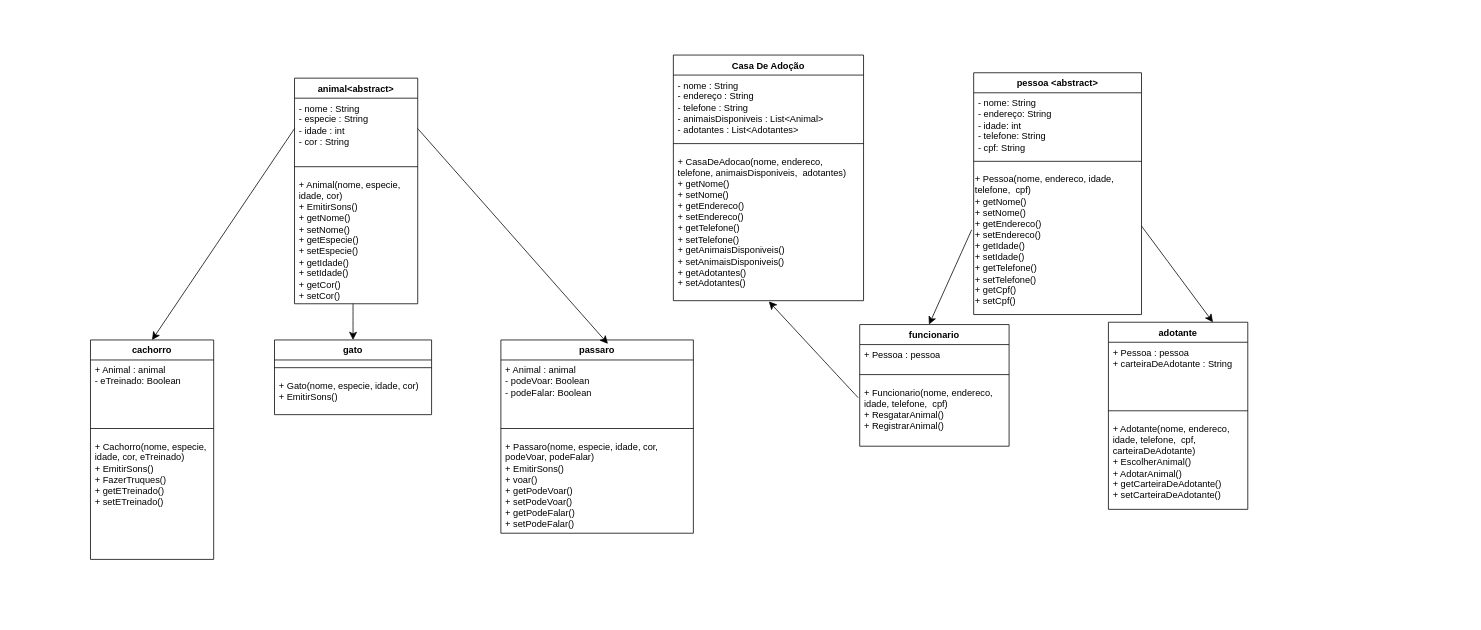
This is Casa_De_Adocao.drawio.xml from Vikkkktor/Projeto-Final-Anderson, a draw.io file, before an edit. Source tidied: cells renumbered, new cells numbered last; positions are measured from the earlier drawing's top-left corner, leaving out a move shared by most shapes. Both pictures are drawn from the tidied source at 77%, with x=0, y=0 at pixel (90, 55).
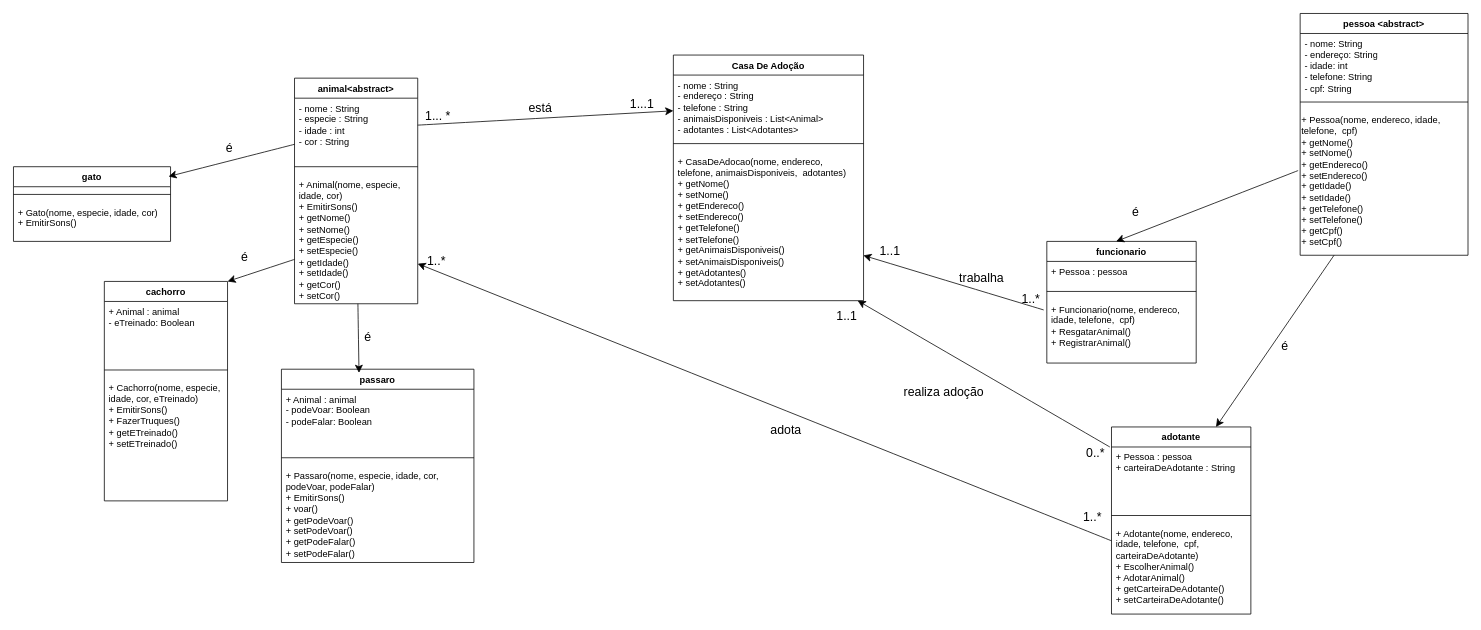
After the change.

Unchanged cells that the change refers to:
```xml
<mxCell id="2" value="animal&amp;lt;abstract&amp;gt;" style="swimlane;fontStyle=1;align=center;verticalAlign=top;horizontal=1;startSize=26;whiteSpace=wrap;html=1;" parent="1" vertex="1">
  <mxGeometry x="265" y="30" width="160" height="293" as="geometry" />
</mxCell>
<mxCell id="3" value="- nome : String&amp;nbsp;&lt;div&gt;- especie : String&amp;nbsp;&lt;/div&gt;&lt;div&gt;- idade : int&lt;/div&gt;&lt;div&gt;- cor : String&lt;br&gt;&lt;/div&gt;" style="text;strokeColor=none;fillColor=none;align=left;verticalAlign=top;spacingLeft=4;spacingRight=4;overflow=hidden;points=[[0,0.5],[1,0.5]];portConstraint=eastwest;whiteSpace=wrap;html=1;" parent="2" vertex="1">
  <mxGeometry y="26" width="160" height="79" as="geometry" />
</mxCell>
<mxCell id="5" value="&lt;div&gt;&lt;div&gt;+ Animal(nome, especie, idade, cor)&lt;/div&gt;&lt;/div&gt;+ EmitirSons()&lt;div&gt;&lt;div&gt;+ getNome()&lt;/div&gt;&lt;div&gt;+ setNome()&lt;/div&gt;&lt;div&gt;+ getEspecie()&lt;/div&gt;&lt;div&gt;+ setEspecie()&lt;/div&gt;&lt;div&gt;+ getIdade()&lt;/div&gt;&lt;div&gt;+ setIdade()&lt;/div&gt;&lt;div&gt;&lt;div&gt;+ getCor()&lt;/div&gt;&lt;div&gt;+ setCor()&lt;/div&gt;&lt;/div&gt;&lt;/div&gt;" style="text;strokeColor=none;fillColor=none;align=left;verticalAlign=top;spacingLeft=4;spacingRight=4;overflow=hidden;points=[[0,0.5],[1,0.5]];portConstraint=eastwest;whiteSpace=wrap;html=1;" parent="2" vertex="1">
  <mxGeometry y="125" width="160" height="168" as="geometry" />
</mxCell>
<mxCell id="9" value="&lt;div&gt;+ Adotante(nome, endereco, idade, telefone,&amp;nbsp; cpf, carteiraDeAdotante)&lt;br&gt;&lt;/div&gt;+ EscolherAnimal()&lt;div&gt;+ AdotarAnimal()&lt;/div&gt;&lt;div&gt;&lt;div&gt;+ getCarteiraDeAdotante()&lt;/div&gt;&lt;div&gt;+ setCarteiraDeAdotante()&lt;/div&gt;&lt;/div&gt;&lt;div&gt;&lt;br&gt;&lt;/div&gt;" style="text;strokeColor=none;fillColor=none;align=left;verticalAlign=top;spacingLeft=4;spacingRight=4;overflow=hidden;points=[[0,0.5],[1,0.5]];portConstraint=eastwest;whiteSpace=wrap;html=1;" parent="6" vertex="1">
  <mxGeometry y="125" width="181" height="118" as="geometry" />
</mxCell>
<mxCell id="11" value="- nome : String&lt;div&gt;- endereço : String&lt;/div&gt;&lt;div&gt;- telefone : String&lt;/div&gt;&lt;div&gt;- animaisDisponiveis : List&amp;lt;Animal&amp;gt;&lt;/div&gt;&lt;div&gt;- adotantes : List&amp;lt;Adotantes&amp;gt;&lt;br&gt;&lt;/div&gt;" style="text;strokeColor=none;fillColor=none;align=left;verticalAlign=top;spacingLeft=4;spacingRight=4;overflow=hidden;points=[[0,0.5],[1,0.5]];portConstraint=eastwest;whiteSpace=wrap;html=1;" parent="10" vertex="1">
  <mxGeometry y="26" width="247" height="79" as="geometry" />
</mxCell>
<mxCell id="13" value="&lt;span style=&quot;float: none; display: inline !important; color: rgb(0, 0, 0);&quot;&gt;+ CasaDeAdocao(nome, endereco, telefone, animaisDisponiveis,&amp;nbsp; adotantes)&lt;/span&gt;&lt;div style=&quot;color: rgb(0, 0, 0);&quot;&gt;&lt;div&gt;&lt;div&gt;+ getNome()&lt;/div&gt;&lt;div&gt;+ setNome()&lt;/div&gt;&lt;div&gt;+ getEndereco()&lt;/div&gt;&lt;div&gt;+ setEndereco()&lt;/div&gt;&lt;div&gt;+ getTelefone()&lt;/div&gt;&lt;div&gt;+ setTelefone()&lt;/div&gt;&lt;div&gt;&lt;div&gt;+ getAnimaisDisponiveis()&lt;/div&gt;&lt;div&gt;+ setAnimaisDisponiveis()&lt;/div&gt;&lt;/div&gt;&lt;div&gt;+ getAdotantes()&lt;/div&gt;&lt;div&gt;+ setAdotantes()&lt;/div&gt;&lt;/div&gt;&lt;div&gt;&lt;br&gt;&lt;/div&gt;&lt;/div&gt;" style="text;strokeColor=none;fillColor=none;align=left;verticalAlign=top;spacingLeft=4;spacingRight=4;overflow=hidden;points=[[0,0.5],[1,0.5]];portConstraint=eastwest;whiteSpace=wrap;html=1;" parent="10" vertex="1">
  <mxGeometry y="125" width="247" height="194" as="geometry" />
</mxCell>
<mxCell id="31" value="&lt;div&gt;&lt;span style=&quot;float: none; display: inline !important; color: rgb(0, 0, 0);&quot;&gt;+ Funcionario(nome, endereco, idade, telefone,&amp;nbsp; cpf)&lt;/span&gt;&lt;div style=&quot;color: rgb(0, 0, 0);&quot;&gt;&lt;/div&gt;&lt;/div&gt;+ ResgatarAnimal()&lt;div&gt;+ RegistrarAnimal()&lt;/div&gt;" style="text;strokeColor=none;fillColor=none;align=left;verticalAlign=top;spacingLeft=4;spacingRight=4;overflow=hidden;points=[[0,0.5],[1,0.5]];portConstraint=eastwest;whiteSpace=wrap;html=1;" parent="28" vertex="1">
  <mxGeometry y="75" width="194" height="83" as="geometry" />
</mxCell>
<mxCell id="35" value="&lt;span style=&quot;color: rgb(0, 0, 0); font-family: Helvetica; font-size: 12px; font-style: normal; font-variant-ligatures: normal; font-variant-caps: normal; font-weight: 400; letter-spacing: normal; orphans: 2; text-align: left; text-indent: 0px; text-transform: none; white-space: normal; widows: 2; word-spacing: 0px; -webkit-text-stroke-width: 0px; text-decoration-thickness: initial; text-decoration-style: initial; text-decoration-color: initial; display: inline !important; float: none;&quot;&gt;+ Pessoa(nome, endereco, idade, telefone,&amp;nbsp; cpf)&lt;/span&gt;&lt;div style=&quot;forced-color-adjust: none; color: rgb(0, 0, 0); font-family: Helvetica; font-size: 12px; font-style: normal; font-variant-ligatures: normal; font-variant-caps: normal; font-weight: 400; letter-spacing: normal; orphans: 2; text-align: left; text-indent: 0px; text-transform: none; white-space: normal; widows: 2; word-spacing: 0px; -webkit-text-stroke-width: 0px; text-decoration-thickness: initial; text-decoration-style: initial; text-decoration-color: initial;&quot;&gt;&lt;div&gt;+ getNome()&lt;/div&gt;&lt;div&gt;+ setNome()&lt;/div&gt;&lt;div&gt;+ getEndereco()&lt;/div&gt;&lt;div&gt;+ setEndereco()&lt;/div&gt;&lt;div&gt;+ getIdade()&lt;/div&gt;&lt;div&gt;+ setIdade()&lt;/div&gt;&lt;div&gt;&lt;div&gt;+ getTelefone()&lt;/div&gt;&lt;div&gt;+ setTelefone()&lt;/div&gt;&lt;/div&gt;&lt;div&gt;+ getCpf()&lt;/div&gt;&lt;div&gt;+ setCpf()&lt;/div&gt;&lt;/div&gt;" style="text;whiteSpace=wrap;html=1;" parent="32" vertex="1">
  <mxGeometry y="125" width="218" height="189" as="geometry" />
</mxCell>
```

The edit, as a diff of the source:
```diff
@@
     <mxCell id="6" value="adotante" style="swimlane;fontStyle=1;align=center;verticalAlign=top;horizontal=1;startSize=26;whiteSpace=wrap;html=1;" parent="1" vertex="1">
-      <mxGeometry x="1322" y="347" width="181" height="243" as="geometry" />
+      <mxGeometry x="1326" y="483" width="181" height="243" as="geometry" />
     </mxCell>
@@
     <mxCell id="14" value="gato" style="swimlane;fontStyle=1;align=center;verticalAlign=top;horizontal=1;startSize=26;whiteSpace=wrap;html=1;" parent="1" vertex="1">
-      <mxGeometry x="239" y="370" width="204" height="97" as="geometry" />
+      <mxGeometry x="-100" y="145" width="204" height="97" as="geometry" />
     </mxCell>
@@
     <mxCell id="17" value="cachorro" style="swimlane;fontStyle=1;align=center;verticalAlign=top;horizontal=1;startSize=26;whiteSpace=wrap;html=1;" parent="1" vertex="1">
-      <mxGeometry y="370" width="160" height="285" as="geometry" />
+      <mxGeometry x="18" y="294" width="160" height="285" as="geometry" />
     </mxCell>
@@
     <mxCell id="21" value="passaro" style="swimlane;fontStyle=1;align=center;verticalAlign=top;horizontal=1;startSize=26;whiteSpace=wrap;html=1;" parent="1" vertex="1">
-      <mxGeometry x="533" y="370" width="250" height="251" as="geometry" />
+      <mxGeometry x="248" y="408" width="250" height="251" as="geometry" />
     </mxCell>
@@
-    <mxCell id="25" style="edgeStyle=none;curved=1;rounded=0;jettySize=auto;html=1;exitX=1;exitY=0.5;exitDx=0;exitDy=0;entryX=0.556;entryY=0.02;entryDx=0;entryDy=0;entryPerimeter=0;fontSize=12;startSize=8;endSize=8;" parent="1" edge="1" source="3" target="21">
-      <mxGeometry relative="1" as="geometry" />
-    </mxCell>
-    <mxCell id="26" style="edgeStyle=none;curved=1;rounded=0;jettySize=auto;html=1;exitX=0;exitY=0.5;exitDx=0;exitDy=0;entryX=0.5;entryY=0;entryDx=0;entryDy=0;fontSize=12;startSize=8;endSize=8;" parent="1" edge="1" source="3" target="17">
-      <mxGeometry relative="1" as="geometry" />
-    </mxCell>
-    <mxCell id="27" style="edgeStyle=none;curved=1;rounded=0;jettySize=auto;html=1;fontSize=12;startSize=8;endSize=8;exitX=0.475;exitY=1;exitDx=0;exitDy=0;exitPerimeter=0;entryX=0.5;entryY=0;entryDx=0;entryDy=0;" parent="1" edge="1" source="5" target="14">
-      <mxGeometry relative="1" as="geometry" />
-    </mxCell>
     <mxCell id="28" value="funcionario" style="swimlane;fontStyle=1;align=center;verticalAlign=top;horizontal=1;startSize=26;whiteSpace=wrap;html=1;" parent="1" vertex="1">
-      <mxGeometry x="999" y="350" width="194" height="158" as="geometry" />
+      <mxGeometry x="1242" y="242" width="194" height="158" as="geometry" />
     </mxCell>
@@
     <mxCell id="32" value="pessoa &amp;lt;abstract&amp;gt;" style="swimlane;fontStyle=1;align=center;verticalAlign=top;horizontal=1;startSize=26;whiteSpace=wrap;html=1;" parent="1" vertex="1">
-      <mxGeometry x="1147" y="23" width="218" height="314" as="geometry" />
+      <mxGeometry x="1571" y="-54" width="218" height="314" as="geometry" />
     </mxCell>
@@
+    <mxCell id="39" value="é" style="text;html=1;align=center;verticalAlign=middle;strokeColor=none;fillColor=none;fontSize=16;" parent="1" vertex="1">
+      <mxGeometry x="186" y="246" width="27" height="31" as="geometry" />
+    </mxCell>
+    <mxCell id="40" value="é" style="text;html=1;align=center;verticalAlign=middle;strokeColor=none;fillColor=none;fontSize=16;" parent="1" vertex="1">
+      <mxGeometry x="166" y="104" width="27" height="31" as="geometry" />
+    </mxCell>
+    <mxCell id="41" value="é" style="text;html=1;align=center;verticalAlign=middle;strokeColor=none;fillColor=none;fontSize=16;" parent="1" vertex="1">
+      <mxGeometry x="346" y="350" width="27" height="31" as="geometry" />
+    </mxCell>
+    <mxCell id="42" style="edgeStyle=none;curved=1;rounded=0;jettySize=auto;html=1;fontSize=12;startSize=8;endSize=8;" parent="1" edge="1" source="3" target="11">
+      <mxGeometry relative="1" as="geometry" />
+    </mxCell>
+    <mxCell id="43" value="está" style="text;html=1;align=center;verticalAlign=middle;strokeColor=none;fillColor=none;fontSize=16;" parent="1" vertex="1">
+      <mxGeometry x="560" y="53" width="48" height="31" as="geometry" />
+    </mxCell>
+    <mxCell id="44" value="1... *" style="text;html=1;align=center;verticalAlign=middle;strokeColor=none;fillColor=none;fontSize=16;" parent="1" vertex="1">
+      <mxGeometry x="425" y="63" width="51" height="31" as="geometry" />
+    </mxCell>
+    <mxCell id="45" value="1...1" style="text;html=1;align=center;verticalAlign=middle;strokeColor=none;fillColor=none;fontSize=16;" parent="1" vertex="1">
+      <mxGeometry x="691" y="47" width="49" height="31" as="geometry" />
+    </mxCell>
+    <mxCell id="46" value="é" style="text;html=1;align=center;verticalAlign=middle;strokeColor=none;fillColor=none;fontSize=16;" parent="1" vertex="1">
+      <mxGeometry x="1537" y="362" width="27" height="31" as="geometry" />
+    </mxCell>
+    <mxCell id="47" value="é" style="text;html=1;align=center;verticalAlign=middle;strokeColor=none;fillColor=none;fontSize=16;" parent="1" vertex="1">
+      <mxGeometry x="1343" y="188" width="27" height="31" as="geometry" />
+    </mxCell>
+    <mxCell id="38" style="edgeStyle=none;curved=1;rounded=0;jettySize=auto;html=1;entryX=0.999;entryY=0.697;entryDx=0;entryDy=0;entryPerimeter=0;fontSize=12;startSize=8;endSize=8;exitX=-0.021;exitY=0.169;exitDx=0;exitDy=0;exitPerimeter=0;" parent="1" edge="1" source="31" target="13">
+      <mxGeometry relative="1" as="geometry" />
+    </mxCell>
+    <mxCell id="48" value="0..*" style="text;html=1;align=center;verticalAlign=middle;strokeColor=none;fillColor=none;fontSize=16;" parent="1" vertex="1">
+      <mxGeometry x="1284" y="501" width="42" height="31" as="geometry" />
+    </mxCell>
+    <mxCell id="49" value="1..*" style="text;html=1;align=center;verticalAlign=middle;strokeColor=none;fillColor=none;fontSize=16;" parent="1" vertex="1">
+      <mxGeometry x="1200" y="300" width="42" height="31" as="geometry" />
+    </mxCell>
+    <mxCell id="50" value="1..1" style="text;html=1;align=center;verticalAlign=middle;strokeColor=none;fillColor=none;fontSize=16;" parent="1" vertex="1">
+      <mxGeometry x="959" y="323" width="45" height="31" as="geometry" />
+    </mxCell>
+    <mxCell id="51" value="trabalha" style="text;html=1;align=center;verticalAlign=middle;strokeColor=none;fillColor=none;fontSize=16;" parent="1" vertex="1">
+      <mxGeometry x="1119" y="273" width="76" height="31" as="geometry" />
+    </mxCell>
+    <mxCell id="52" value="realiza adoção" style="text;html=1;align=center;verticalAlign=middle;strokeColor=none;fillColor=none;fontSize=16;" parent="1" vertex="1">
+      <mxGeometry x="1047" y="421" width="122" height="31" as="geometry" />
+    </mxCell>
+    <mxCell id="53" style="edgeStyle=none;curved=1;rounded=0;jettySize=auto;html=1;entryX=0.987;entryY=0.131;entryDx=0;entryDy=0;entryPerimeter=0;fontSize=12;startSize=8;endSize=8;" parent="1" edge="1" source="3" target="14">
+      <mxGeometry relative="1" as="geometry" />
+    </mxCell>
+    <mxCell id="54" style="edgeStyle=none;curved=1;rounded=0;jettySize=auto;html=1;entryX=1;entryY=0;entryDx=0;entryDy=0;fontSize=12;startSize=8;endSize=8;" parent="1" edge="1" source="5" target="17">
+      <mxGeometry relative="1" as="geometry" />
+    </mxCell>
+    <mxCell id="55" value="1..*" style="text;html=1;align=center;verticalAlign=middle;strokeColor=none;fillColor=none;fontSize=16;" parent="1" vertex="1">
+      <mxGeometry x="1280" y="583" width="42" height="31" as="geometry" />
+    </mxCell>
+    <mxCell id="56" value="adota" style="text;html=1;align=center;verticalAlign=middle;strokeColor=none;fillColor=none;fontSize=16;" parent="1" vertex="1">
+      <mxGeometry x="874" y="470" width="58" height="31" as="geometry" />
+    </mxCell>
+    <mxCell id="57" style="edgeStyle=none;curved=1;rounded=0;jettySize=auto;html=1;entryX=0.969;entryY=1;entryDx=0;entryDy=0;entryPerimeter=0;fontSize=12;startSize=8;endSize=8;exitX=-0.012;exitY=0.107;exitDx=0;exitDy=0;exitPerimeter=0;" parent="1" edge="1" source="6" target="13">
+      <mxGeometry relative="1" as="geometry" />
+    </mxCell>
+    <mxCell id="58" value="1..*" style="text;html=1;align=center;verticalAlign=middle;strokeColor=none;fillColor=none;fontSize=16;" parent="1" vertex="1">
+      <mxGeometry x="428" y="251" width="42" height="31" as="geometry" />
+    </mxCell>
-    <mxCell id="37" style="edgeStyle=none;curved=1;rounded=0;jettySize=auto;html=1;exitX=1;exitY=0.392;exitDx=0;exitDy=0;entryX=0.75;entryY=0;entryDx=0;entryDy=0;fontSize=12;startSize=8;endSize=8;exitPerimeter=0;" parent="1" edge="1" source="35" target="6">
+    <mxCell id="37" style="edgeStyle=none;curved=1;rounded=0;jettySize=auto;html=1;entryX=0.75;entryY=0;entryDx=0;entryDy=0;fontSize=12;startSize=8;endSize=8;" parent="1" edge="1" source="35" target="6">
       <mxGeometry relative="1" as="geometry" />
     </mxCell>
-    <mxCell id="38" style="edgeStyle=none;curved=1;rounded=0;jettySize=auto;html=1;fontSize=12;startSize=8;endSize=8;exitX=-0.01;exitY=0.242;exitDx=0;exitDy=0;exitPerimeter=0;entryX=0.502;entryY=1.005;entryDx=0;entryDy=0;entryPerimeter=0;" parent="1" edge="1" source="31" target="13">
-      <mxGeometry relative="1" as="geometry" />
-    </mxCell>
+    <mxCell id="59" style="edgeStyle=none;curved=1;rounded=0;jettySize=auto;html=1;fontSize=12;startSize=8;endSize=8;" parent="1" edge="1" source="9" target="5">
+      <mxGeometry relative="1" as="geometry" />
+    </mxCell>
+    <mxCell id="60" style="edgeStyle=none;curved=1;rounded=0;jettySize=auto;html=1;entryX=0.403;entryY=0.019;entryDx=0;entryDy=0;entryPerimeter=0;fontSize=12;startSize=8;endSize=8;" parent="1" edge="1" source="2" target="21">
+      <mxGeometry relative="1" as="geometry" />
+    </mxCell>
+    <mxCell id="61" value="1..1" style="text;html=1;align=center;verticalAlign=middle;strokeColor=none;fillColor=none;fontSize=16;" parent="1" vertex="1">
+      <mxGeometry x="1015" y="238" width="45" height="31" as="geometry" />
+    </mxCell>
```
